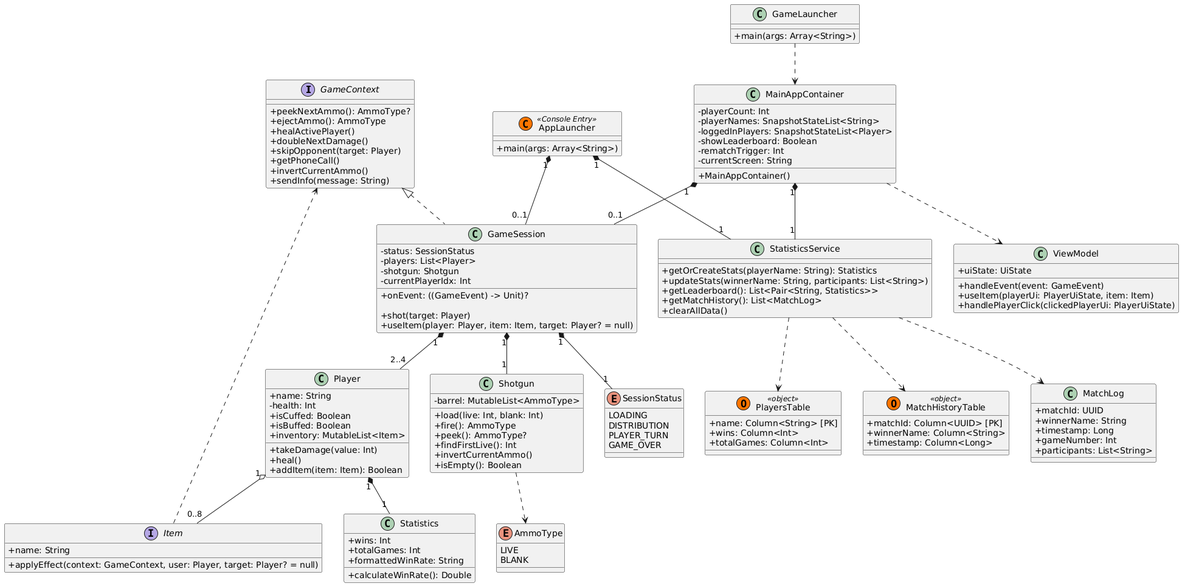
ermmmaks/CasePracticeKT keeps this PlantUML diagram as diagram.png. Above is the earlier version. The source it was exported from:
```plantuml
@startuml
skinparam classAttributeIconSize 0


interface GameContext {
    + peekNextAmmo(): AmmoType?
    + ejectAmmo(): AmmoType
    + healActivePlayer()
    + doubleNextDamage()
    + skipOpponent(target: Player)
    + getPhoneCall()
    + invertCurrentAmmo()
    + sendInfo(message: String)
}

interface Item {
    + name: String
    + applyEffect(context: GameContext, user: Player, target: Player? = null)
}


class GameLauncher {
    + main(args: Array<String>)
}

class MainAppContainer {
    - playerCount: Int
    - playerNames: SnapshotStateList<String>
    - loggedInPlayers: SnapshotStateList<Player>
    - showLeaderboard: Boolean
    - rematchTrigger: Int
    - currentScreen: String
    + MainAppContainer()
}

class ViewModel {
    + uiState: UiState
    + handleEvent(event: GameEvent)
    + useItem(playerUi: PlayerUiState, item: Item)
    + handlePlayerClick(clickedPlayerUi: PlayerUiState)
}


class AppLauncher << (C,#FF7700) Console Entry >> {
    + main(args: Array<String>)
}

class GameSession implements GameContext {
    - status: SessionStatus
    - players: List<Player>
    - shotgun: Shotgun
    - currentPlayerIdx: Int
    + onEvent: ((GameEvent) -> Unit)?

    + shot(target: Player)
    + useItem(player: Player, item: Item, target: Player? = null)
}

class Shotgun {
    - barrel: MutableList<AmmoType>
    + load(live: Int, blank: Int)
    + fire(): AmmoType
    + peek(): AmmoType?
    + findFirstLive(): Int
    + invertCurrentAmmo()
    + isEmpty(): Boolean
}

class Player {
    + name: String
    - health: Int
    + isCuffed: Boolean
    + isBuffed: Boolean
    + inventory: MutableList<Item>

    + takeDamage(value: Int)
    + heal()
    + addItem(item: Item): Boolean
}


class StatisticsService {
    + getOrCreateStats(playerName: String): Statistics
    + updateStats(winnerName: String, participants: List<String>)
    + getLeaderboard(): List<Pair<String, Statistics>>
    + getMatchHistory(): List<MatchLog>
    + clearAllData()
}

entity PlayersTable << (O,#FF7700) object >> {
    + name: Column<String> [PK]
    + wins: Column<Int>
    + totalGames: Column<Int>
}

entity MatchHistoryTable << (O,#FF7700) object >> {
    + matchId: Column<UUID> [PK]
    + winnerName: Column<String>
    + timestamp: Column<Long>
}

class Statistics {
    + wins: Int
    + totalGames: Int
    + formattedWinRate: String
    + calculateWinRate(): Double
}

class MatchLog {
    + matchId: UUID
    + winnerName: String
    + timestamp: Long
    + gameNumber: Int
    + participants: List<String>
}


enum AmmoType {
    LIVE
    BLANK
}

enum SessionStatus {
    LOADING
    DISTRIBUTION
    PLAYER_TURN
    GAME_OVER
}


GameLauncher ..> MainAppContainer
MainAppContainer "1" *-- "0..1" GameSession
MainAppContainer "1" *-- "1" StatisticsService
MainAppContainer ..> ViewModel

AppLauncher "1" *-- "0..1" GameSession
AppLauncher "1" *-- "1" StatisticsService
GameSession "1" *-- "2..4" Player
GameSession "1" *-- "1" Shotgun
GameSession "1" *-- "1" SessionStatus

Item ..> GameContext
Player "1" *-- "1" Statistics
Player "1" o-- "0..8" Item
Shotgun ..> AmmoType

StatisticsService ..> PlayersTable
StatisticsService ..> MatchHistoryTable
StatisticsService ..> MatchLog
@enduml
```
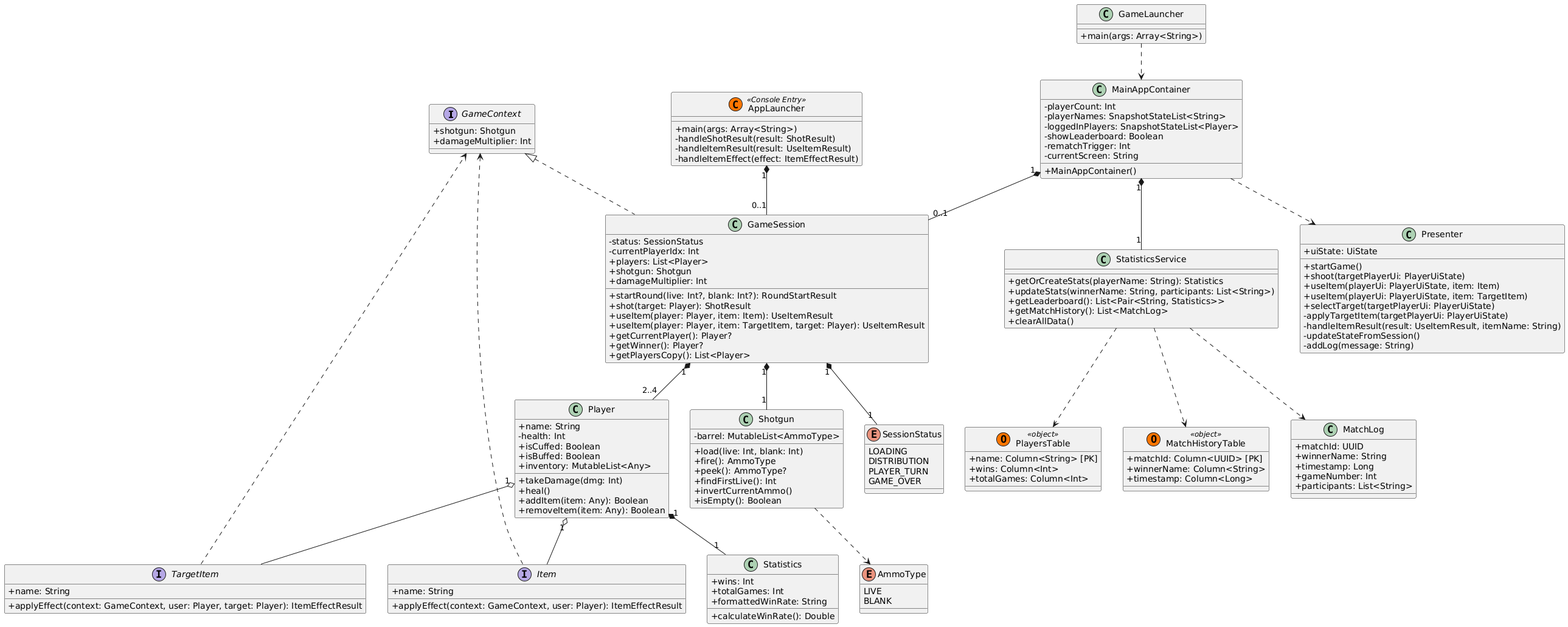
After the commit.

Commit message:
Refresh diagram

Change to the diagram source:
```diff
@@ -3,19 +3,18 @@
 
 
 interface GameContext {
-    + peekNextAmmo(): AmmoType?
-    + ejectAmmo(): AmmoType
-    + healActivePlayer()
-    + doubleNextDamage()
-    + skipOpponent(target: Player)
-    + getPhoneCall()
-    + invertCurrentAmmo()
-    + sendInfo(message: String)
+    + shotgun: Shotgun
+    + damageMultiplier: Int
 }
 
 interface Item {
     + name: String
-    + applyEffect(context: GameContext, user: Player, target: Player? = null)
+    + applyEffect(context: GameContext, user: Player): ItemEffectResult
+}
+
+interface TargetItem {
+    + name: String
+    + applyEffect(context: GameContext, user: Player, target: Player): ItemEffectResult
 }
 
 
@@ -33,27 +32,41 @@
     + MainAppContainer()
 }
 
-class ViewModel {
+class Presenter {
     + uiState: UiState
-    + handleEvent(event: GameEvent)
+    + startGame()
+    + shoot(targetPlayerUi: PlayerUiState)
     + useItem(playerUi: PlayerUiState, item: Item)
-    + handlePlayerClick(clickedPlayerUi: PlayerUiState)
+    + useItem(playerUi: PlayerUiState, item: TargetItem)
+    + selectTarget(targetPlayerUi: PlayerUiState)
+    - applyTargetItem(targetPlayerUi: PlayerUiState)
+    - handleItemResult(result: UseItemResult, itemName: String)
+    - updateStateFromSession()
+    - addLog(message: String)
 }
 
 
 class AppLauncher << (C,#FF7700) Console Entry >> {
     + main(args: Array<String>)
+    - handleShotResult(result: ShotResult)
+    - handleItemResult(result: UseItemResult)
+    - handleItemEffect(effect: ItemEffectResult)
 }
 
 class GameSession implements GameContext {
     - status: SessionStatus
-    - players: List<Player>
-    - shotgun: Shotgun
     - currentPlayerIdx: Int
-    + onEvent: ((GameEvent) -> Unit)?
+    + players: List<Player>
+    + shotgun: Shotgun
+    + damageMultiplier: Int
 
-    + shot(target: Player)
-    + useItem(player: Player, item: Item, target: Player? = null)
+    + startRound(live: Int?, blank: Int?): RoundStartResult
+    + shot(target: Player): ShotResult
+    + useItem(player: Player, item: Item): UseItemResult
+    + useItem(player: Player, item: TargetItem, target: Player): UseItemResult
+    + getCurrentPlayer(): Player?
+    + getWinner(): Player?
+    + getPlayersCopy(): List<Player>
 }
 
 class Shotgun {
@@ -71,11 +84,12 @@
     - health: Int
     + isCuffed: Boolean
     + isBuffed: Boolean
-    + inventory: MutableList<Item>
+    + inventory: MutableList<Any>
 
-    + takeDamage(value: Int)
+    + takeDamage(dmg: Int)
     + heal()
-    + addItem(item: Item): Boolean
+    + addItem(item: Any): Boolean
+    + removeItem(item: Any): Boolean
 }
 
 
@@ -131,17 +145,20 @@
 GameLauncher ..> MainAppContainer
 MainAppContainer "1" *-- "0..1" GameSession
 MainAppContainer "1" *-- "1" StatisticsService
-MainAppContainer ..> ViewModel
+MainAppContainer ..> Presenter
 
 AppLauncher "1" *-- "0..1" GameSession
-AppLauncher "1" *-- "1" StatisticsService
 GameSession "1" *-- "2..4" Player
 GameSession "1" *-- "1" Shotgun
 GameSession "1" *-- "1" SessionStatus
 
 Item ..> GameContext
+TargetItem ..> GameContext
 Player "1" *-- "1" Statistics
-Player "1" o-- "0..8" Item
+
+Player "1" o-- Item
+Player "1" o-- TargetItem
+
 Shotgun ..> AmmoType
 
 StatisticsService ..> PlayersTable
```
